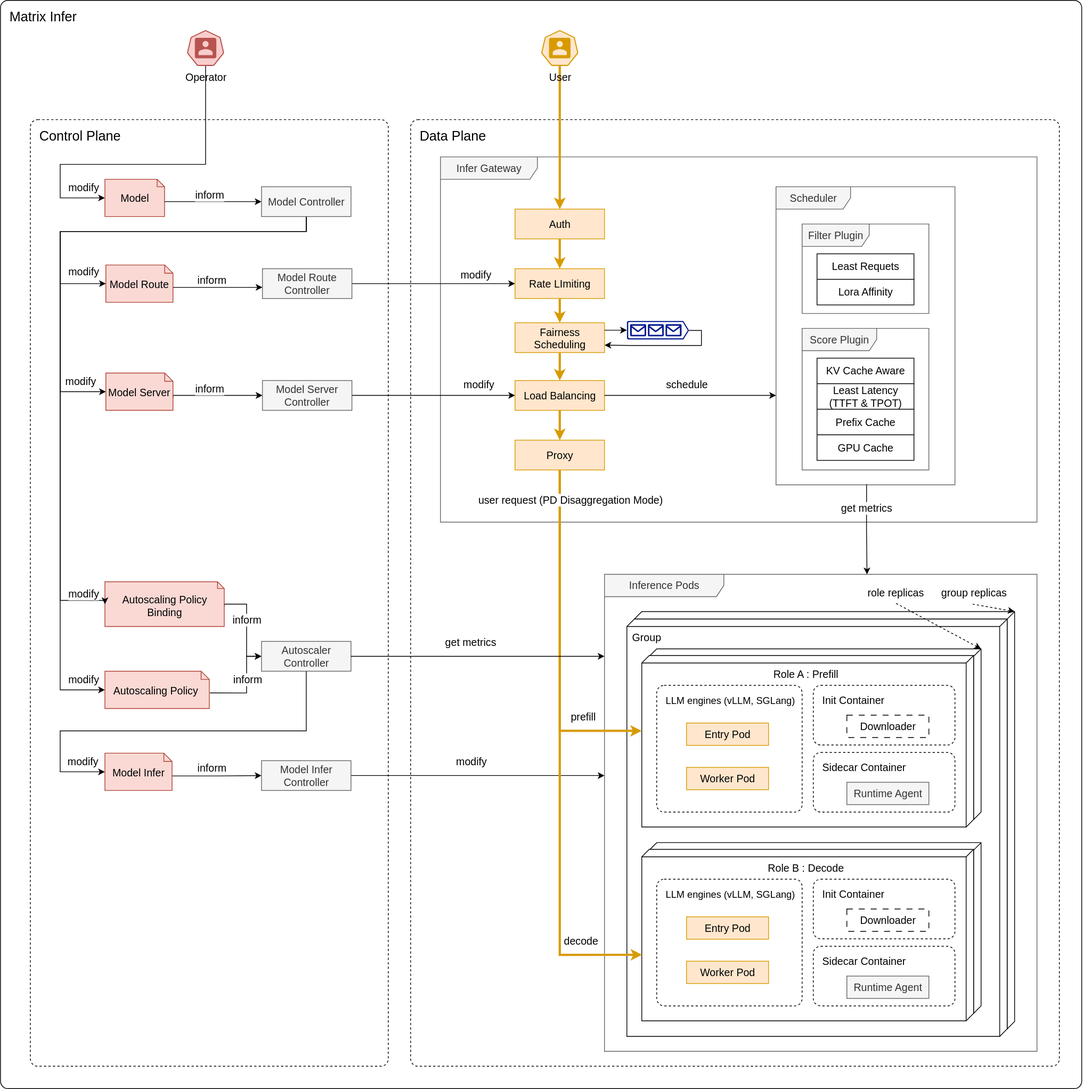
Earlier version of the draw.io export docs/matrixinfer/static/img/diagrams/architecture/architecture_overview.svg (matrixinfer-ai/kthena). Source tidied: cells renumbered, new cells last; positions are measured from the earlier drawing's top-left corner, leaving out a move shared by most shapes.
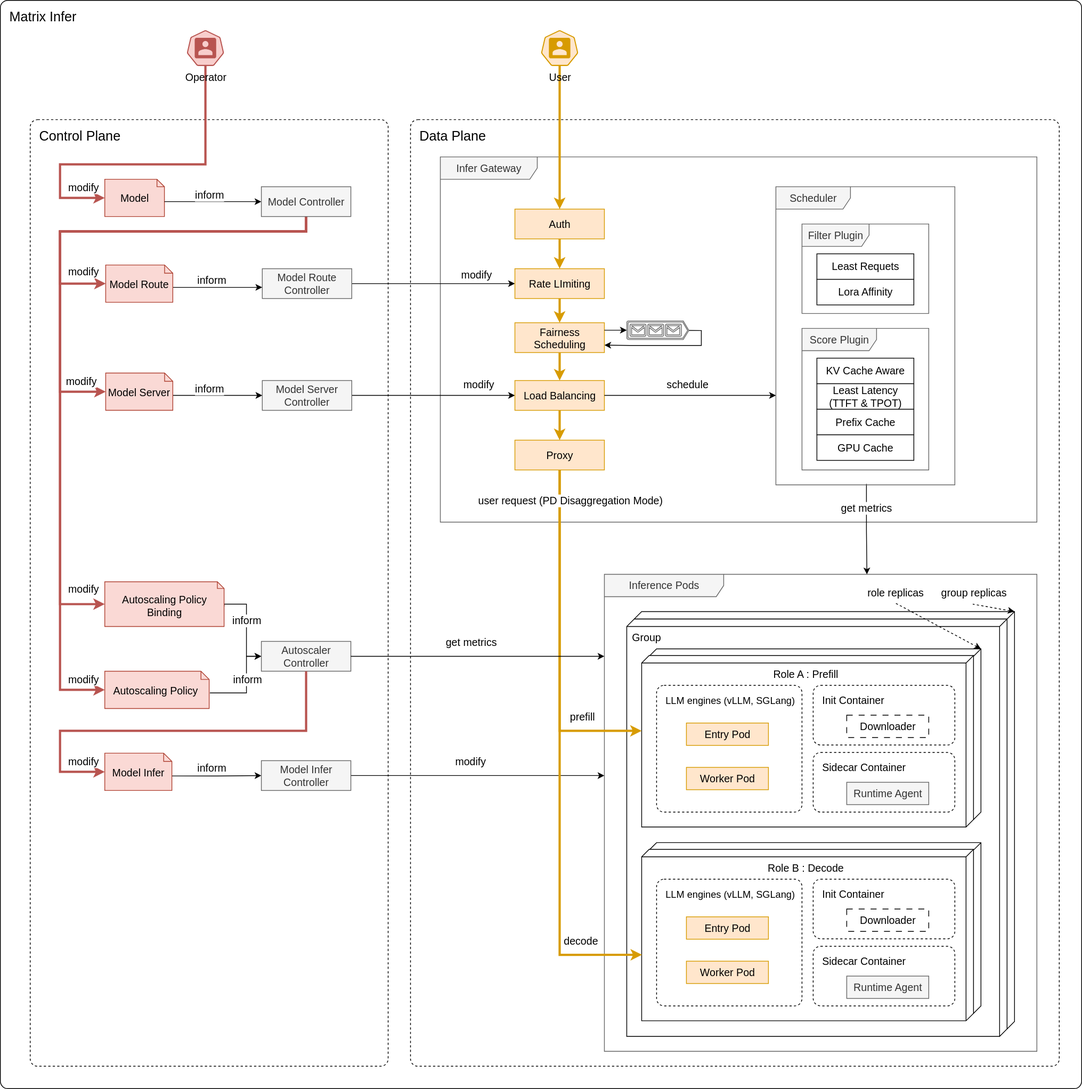
Later version of the same file.

Commit message:
dark mode color

The edit, as a diff of the source:
```diff
@@ -41,10 +41,10 @@
     <mxCell id="14" value="&lt;font style=&quot;font-size: 13px;&quot;&gt;LLM engines (vLLM, SGLang)&lt;/font&gt;" style="dashed=1;rounded=1;absoluteArcSize=1;arcSize=20;html=1;verticalAlign=top;align=left;spacingTop=5;spacingLeft=10;whiteSpace=wrap;fontSize=14;" parent="6" vertex="1">
       <mxGeometry x="70" y="149" width="195" height="170" as="geometry" />
     </mxCell>
-    <mxCell id="15" value="Entry Pod" style="html=1;align=center;verticalAlign=middle;dashed=0;whiteSpace=wrap;fillColor=#ffe6cc;strokeColor=#d79b00;fontSize=14;" parent="6" vertex="1">
+    <mxCell id="15" value="Entry Pod" style="html=1;align=center;verticalAlign=middle;dashed=0;whiteSpace=wrap;fillColor=#ffe6cc;strokeColor=#d79b00;fontSize=14;fontColor=#000000;" parent="6" vertex="1">
       <mxGeometry x="110" y="199.5" width="110" height="30" as="geometry" />
     </mxCell>
-    <mxCell id="16" value="Worker Pod" style="html=1;align=center;verticalAlign=middle;dashed=0;whiteSpace=wrap;fillColor=#ffe6cc;strokeColor=#d79b00;fontSize=14;" parent="6" vertex="1">
+    <mxCell id="16" value="Worker Pod" style="html=1;align=center;verticalAlign=middle;dashed=0;whiteSpace=wrap;fillColor=#ffe6cc;strokeColor=#d79b00;fontSize=14;fontColor=#000000;" parent="6" vertex="1">
       <mxGeometry x="110" y="259" width="110" height="30" as="geometry" />
     </mxCell>
     <mxCell id="17" value="Runtime Agent" style="html=1;align=center;verticalAlign=middle;dashed=0;whiteSpace=wrap;fillColor=#f5f5f5;fontColor=#333333;strokeColor=#666666;fontSize=14;" parent="6" vertex="1">
@@ -68,10 +68,10 @@
     <mxCell id="23" value="&lt;font style=&quot;font-size: 13px;&quot;&gt;LLM engines (vLLM, SGLang)&lt;/font&gt;" style="dashed=1;rounded=1;absoluteArcSize=1;arcSize=20;html=1;verticalAlign=top;align=left;spacingTop=5;spacingLeft=10;whiteSpace=wrap;fontSize=14;" parent="6" vertex="1">
       <mxGeometry x="70" y="409" width="195" height="170" as="geometry" />
     </mxCell>
-    <mxCell id="24" value="Entry Pod" style="html=1;align=center;verticalAlign=middle;dashed=0;whiteSpace=wrap;fillColor=#ffe6cc;strokeColor=#d79b00;fontSize=14;" parent="6" vertex="1">
+    <mxCell id="24" value="Entry Pod" style="html=1;align=center;verticalAlign=middle;dashed=0;whiteSpace=wrap;fillColor=#ffe6cc;strokeColor=#d79b00;fontSize=14;fontColor=#000000;" parent="6" vertex="1">
       <mxGeometry x="110" y="459.5" width="110" height="30" as="geometry" />
     </mxCell>
-    <mxCell id="25" value="Worker Pod" style="html=1;align=center;verticalAlign=middle;dashed=0;whiteSpace=wrap;fillColor=#ffe6cc;strokeColor=#d79b00;fontSize=14;" parent="6" vertex="1">
+    <mxCell id="25" value="Worker Pod" style="html=1;align=center;verticalAlign=middle;dashed=0;whiteSpace=wrap;fillColor=#ffe6cc;strokeColor=#d79b00;fontSize=14;fontColor=#000000;" parent="6" vertex="1">
       <mxGeometry x="110" y="519" width="110" height="30" as="geometry" />
     </mxCell>
     <mxCell id="26" value="Runtime Agent" style="html=1;align=center;verticalAlign=middle;dashed=0;whiteSpace=wrap;fillColor=#f5f5f5;fontColor=#333333;strokeColor=#666666;fontSize=14;" parent="6" vertex="1">
@@ -118,7 +118,7 @@
     <mxCell id="37" value="inform" style="edgeLabel;html=1;align=center;verticalAlign=middle;fontSize=14;" parent="36" vertex="1">
       <mxGeometry x="-0.12" y="-1" relative="1" as="geometry" />
     </mxCell>
-    <mxCell id="38" value="Autoscaling Policy Binding" style="shape=note2;boundedLbl=1;whiteSpace=wrap;html=1;size=9;verticalAlign=top;align=center;fillColor=#fad9d5;strokeColor=#ae4132;fontSize=14;" parent="1" vertex="1">
+    <mxCell id="38" value="Autoscaling Policy Binding" style="shape=note2;boundedLbl=1;whiteSpace=wrap;html=1;size=9;verticalAlign=top;align=center;fillColor=#fad9d5;strokeColor=#ae4132;fontSize=14;fontColor=#000000;" parent="1" vertex="1">
       <mxGeometry x="140" y="780" width="160" height="60" as="geometry" />
     </mxCell>
     <mxCell id="39" style="edgeStyle=orthogonalEdgeStyle;rounded=0;jettySize=auto;html=1;exitX=1.007;exitY=0.583;exitDx=0;exitDy=0;exitPerimeter=0;entryX=0;entryY=0.5;entryDx=0;entryDy=0;fontSize=14;" parent="1" edge="1" source="41" target="81">
@@ -134,7 +134,7 @@
         <mxPoint x="-9" y="31" as="offset" />
       </mxGeometry>
     </mxCell>
-    <mxCell id="41" value="Autoscaling Policy&amp;nbsp;" style="shape=note2;boundedLbl=1;whiteSpace=wrap;html=1;size=11;verticalAlign=top;align=center;fillColor=#fad9d5;strokeColor=#ae4132;fontSize=14;" parent="1" vertex="1">
+    <mxCell id="41" value="Autoscaling Policy&amp;nbsp;" style="shape=note2;boundedLbl=1;whiteSpace=wrap;html=1;size=11;verticalAlign=top;align=center;fillColor=#fad9d5;strokeColor=#ae4132;fontSize=14;fontColor=#000000;" parent="1" vertex="1">
       <mxGeometry x="140" y="900" width="140" height="50" as="geometry" />
     </mxCell>
     <mxCell id="42" style="edgeStyle=orthogonalEdgeStyle;rounded=0;jettySize=auto;html=1;fontSize=14;" parent="1" edge="1" source="44">
@@ -150,7 +150,7 @@
         <mxPoint x="-49" y="-10" as="offset" />
       </mxGeometry>
     </mxCell>
-    <mxCell id="44" value="Model Route" style="shape=note2;boundedLbl=1;whiteSpace=wrap;html=1;size=11;verticalAlign=top;align=center;fillColor=#fad9d5;strokeColor=#ae4132;fontSize=14;" parent="1" vertex="1">
+    <mxCell id="44" value="&lt;font style=&quot;color: rgb(0, 0, 0);&quot;&gt;Model Route&lt;/font&gt;" style="shape=note2;boundedLbl=1;whiteSpace=wrap;html=1;size=11;verticalAlign=top;align=center;fillColor=#fad9d5;strokeColor=#ae4132;fontSize=14;" parent="1" vertex="1">
       <mxGeometry x="141.2" y="355" width="90" height="50" as="geometry" />
     </mxCell>
     <mxCell id="45" style="edgeStyle=orthogonalEdgeStyle;rounded=0;jettySize=auto;html=1;exitX=0;exitY=0;exitDx=90;exitDy=33.5;exitPerimeter=0;entryX=0;entryY=0.5;entryDx=0;entryDy=0;fontSize=14;" parent="1" edge="1" source="47" target="80">
@@ -165,7 +165,7 @@
         <mxPoint x="-11" y="-7" as="offset" />
       </mxGeometry>
     </mxCell>
-    <mxCell id="47" value="Model Server" style="shape=note2;boundedLbl=1;whiteSpace=wrap;html=1;size=11;verticalAlign=top;align=center;fillColor=#fad9d5;strokeColor=#ae4132;fontSize=14;" parent="1" vertex="1">
+    <mxCell id="47" value="Model Server" style="shape=note2;boundedLbl=1;whiteSpace=wrap;html=1;size=11;verticalAlign=top;align=center;fillColor=#fad9d5;strokeColor=#ae4132;fontSize=14;fontColor=#000000;" parent="1" vertex="1">
       <mxGeometry x="141.2" y="500" width="90" height="50" as="geometry" />
     </mxCell>
     <mxCell id="48" style="edgeStyle=orthogonalEdgeStyle;rounded=0;jettySize=auto;html=1;exitX=1;exitY=0.5;exitDx=0;exitDy=0;fontSize=14;" parent="1" edge="1" source="79">
@@ -178,7 +178,7 @@
         <mxPoint x="54" y="-23" as="offset" />
       </mxGeometry>
     </mxCell>
-    <mxCell id="50" style="edgeStyle=orthogonalEdgeStyle;rounded=0;jettySize=auto;html=1;exitX=0.5;exitY=1;exitDx=0;exitDy=0;entryX=0;entryY=1;entryDx=0;entryDy=0;fontSize=14;" parent="1" edge="1" source="75">
+    <mxCell id="50" style="edgeStyle=orthogonalEdgeStyle;rounded=0;jettySize=auto;html=1;exitX=0.5;exitY=1;exitDx=0;exitDy=0;entryX=0;entryY=1;entryDx=0;entryDy=0;fontSize=14;fillColor=#f8cecc;strokeColor=#b85450;strokeWidth=3;" parent="1" edge="1" source="75">
       <mxGeometry relative="1" as="geometry">
         <mxPoint x="140" y="925" as="targetPoint" />
         <Array as="points">
@@ -193,22 +193,21 @@
         <mxPoint x="31" y="20" as="offset" />
       </mxGeometry>
     </mxCell>
-    <mxCell id="52" style="edgeStyle=orthogonalEdgeStyle;rounded=0;jettySize=auto;html=1;exitX=0.5;exitY=1;exitDx=0;exitDy=0;entryX=0;entryY=0.5;entryDx=0;entryDy=0;entryPerimeter=0;fontSize=14;" parent="1" edge="1" source="75" target="38">
+    <mxCell id="52" style="edgeStyle=orthogonalEdgeStyle;rounded=0;jettySize=auto;html=1;exitX=0.5;exitY=1;exitDx=0;exitDy=0;entryX=0;entryY=0.5;entryDx=0;entryDy=0;entryPerimeter=0;fontSize=14;fillColor=#f8cecc;strokeColor=#b85450;strokeWidth=3;" parent="1" edge="1" source="75" target="38">
       <mxGeometry relative="1" as="geometry">
         <Array as="points">
           <mxPoint x="410" y="310" />
           <mxPoint x="80" y="310" />
-          <mxPoint x="80" y="805" />
-          <mxPoint x="140" y="805" />
+          <mxPoint x="80" y="810" />
         </Array>
       </mxGeometry>
     </mxCell>
     <mxCell id="53" value="modify" style="edgeLabel;html=1;align=center;verticalAlign=middle;fontSize=14;" parent="52" vertex="1">
       <mxGeometry x="0.64" y="1" relative="1" as="geometry">
-        <mxPoint x="29" y="90" as="offset" />
+        <mxPoint x="29" y="85" as="offset" />
       </mxGeometry>
     </mxCell>
-    <mxCell id="54" style="edgeStyle=orthogonalEdgeStyle;rounded=0;jettySize=auto;html=1;exitX=0.5;exitY=1;exitDx=0;exitDy=0;entryX=0;entryY=0.5;entryDx=0;entryDy=0;entryPerimeter=0;fontSize=14;" parent="1" edge="1" source="75" target="44">
+    <mxCell id="54" style="edgeStyle=orthogonalEdgeStyle;rounded=0;jettySize=auto;html=1;exitX=0.5;exitY=1;exitDx=0;exitDy=0;entryX=0;entryY=0.5;entryDx=0;entryDy=0;entryPerimeter=0;fontSize=14;fillColor=#f8cecc;strokeColor=#b85450;strokeWidth=3;" parent="1" edge="1" source="75" target="44">
       <mxGeometry relative="1" as="geometry">
         <Array as="points">
           <mxPoint x="410" y="310" />
@@ -222,7 +221,7 @@
         <mxPoint x="27" y="-5" as="offset" />
       </mxGeometry>
     </mxCell>
-    <mxCell id="56" style="edgeStyle=orthogonalEdgeStyle;rounded=0;jettySize=auto;html=1;exitX=0.5;exitY=1;exitDx=0;exitDy=0;entryX=0;entryY=0.5;entryDx=0;entryDy=0;entryPerimeter=0;fontSize=14;" parent="1" edge="1" source="75" target="47">
+    <mxCell id="56" style="edgeStyle=orthogonalEdgeStyle;rounded=0;jettySize=auto;html=1;exitX=0.5;exitY=1;exitDx=0;exitDy=0;entryX=0;entryY=0.5;entryDx=0;entryDy=0;entryPerimeter=0;fontSize=14;fillColor=#f8cecc;strokeColor=#b85450;strokeWidth=3;" parent="1" edge="1" source="75" target="47">
       <mxGeometry relative="1" as="geometry">
         <Array as="points">
           <mxPoint x="410" y="310" />
@@ -239,13 +238,13 @@
     <mxCell id="58" style="edgeStyle=orthogonalEdgeStyle;rounded=0;jettySize=auto;html=1;exitX=0.5;exitY=1;exitDx=0;exitDy=0;entryX=0.5;entryY=0;entryDx=0;entryDy=0;fillColor=#ffe6cc;strokeColor=#d79b00;strokeWidth=3;fontSize=14;" parent="1" edge="1" source="59" target="85">
       <mxGeometry relative="1" as="geometry" />
     </mxCell>
-    <mxCell id="59" value="Auth" style="fontStyle=0;html=1;whiteSpace=wrap;fillColor=#ffe6cc;strokeColor=#d79b00;fontSize=14;" parent="1" vertex="1">
+    <mxCell id="59" value="Auth" style="fontStyle=0;html=1;whiteSpace=wrap;fillColor=#ffe6cc;strokeColor=#d79b00;fontSize=14;fontColor=#000000;" parent="1" vertex="1">
       <mxGeometry x="690" y="280" width="120" height="40" as="geometry" />
     </mxCell>
-    <mxCell id="60" value="Proxy" style="fontStyle=0;html=1;whiteSpace=wrap;fillColor=#ffe6cc;strokeColor=#d79b00;fontSize=14;" parent="1" vertex="1">
+    <mxCell id="60" value="Proxy" style="fontStyle=0;html=1;whiteSpace=wrap;fillColor=#ffe6cc;strokeColor=#d79b00;fontSize=14;fontColor=#000000;" parent="1" vertex="1">
       <mxGeometry x="690" y="590" width="120" height="40" as="geometry" />
     </mxCell>
-    <mxCell id="61" style="edgeStyle=orthogonalEdgeStyle;rounded=0;jettySize=auto;html=1;exitX=0.5;exitY=1;exitDx=0;exitDy=0;exitPerimeter=0;entryX=0;entryY=0.5;entryDx=0;entryDy=0;entryPerimeter=0;fontSize=14;" parent="1" edge="1" source="62" target="72">
+    <mxCell id="61" style="edgeStyle=orthogonalEdgeStyle;rounded=0;jettySize=auto;html=1;exitX=0.5;exitY=1;exitDx=0;exitDy=0;exitPerimeter=0;entryX=0;entryY=0.5;entryDx=0;entryDy=0;entryPerimeter=0;fontSize=14;fillColor=#f8cecc;strokeColor=#b85450;strokeWidth=3;" parent="1" edge="1" source="62" target="72">
       <mxGeometry relative="1" as="geometry">
         <Array as="points">
           <mxPoint x="275" y="220" />
@@ -302,7 +301,7 @@
         <mxPoint x="2" y="14" as="offset" />
       </mxGeometry>
     </mxCell>
-    <mxCell id="72" value="Model" style="shape=note2;boundedLbl=1;whiteSpace=wrap;html=1;size=10;verticalAlign=top;align=center;fillColor=#fad9d5;strokeColor=#ae4132;fontSize=14;" parent="1" vertex="1">
+    <mxCell id="72" value="&lt;font style=&quot;color: rgb(0, 0, 0);&quot;&gt;Model&lt;/font&gt;" style="shape=note2;boundedLbl=1;whiteSpace=wrap;html=1;size=10;verticalAlign=top;align=center;fillColor=#fad9d5;strokeColor=#ae4132;fontSize=14;" parent="1" vertex="1">
       <mxGeometry x="140" y="240" width="80" height="50" as="geometry" />
     </mxCell>
     <mxCell id="73" style="edgeStyle=orthogonalEdgeStyle;rounded=0;jettySize=auto;html=1;entryX=0;entryY=0.5;entryDx=0;entryDy=0;fontSize=14;" parent="1" edge="1" source="72" target="75">
@@ -329,7 +328,7 @@
         <mxPoint x="-7" y="-13" as="offset" />
       </mxGeometry>
     </mxCell>
-    <mxCell id="78" value="Model Infer" style="shape=note2;boundedLbl=1;whiteSpace=wrap;html=1;size=11;verticalAlign=top;align=center;fillColor=#fad9d5;strokeColor=#ae4132;fontSize=14;" parent="1" vertex="1">
+    <mxCell id="78" value="Model Infer" style="shape=note2;boundedLbl=1;whiteSpace=wrap;html=1;size=11;verticalAlign=top;align=center;fillColor=#fad9d5;strokeColor=#ae4132;fontSize=14;fontColor=#000000;" parent="1" vertex="1">
       <mxGeometry x="140" y="1010" width="90" height="50" as="geometry" />
     </mxCell>
     <mxCell id="79" value="Model Infer Controller" style="fontStyle=0;html=1;whiteSpace=wrap;fontSize=14;fillColor=#f5f5f5;strokeColor=#666666;fontColor=#333333;" parent="1" vertex="1">
@@ -341,7 +340,7 @@
     <mxCell id="81" value="Autoscaler Controller" style="fontStyle=0;html=1;whiteSpace=wrap;fontSize=14;fillColor=#f5f5f5;strokeColor=#666666;fontColor=#333333;" parent="1" vertex="1">
       <mxGeometry x="350" y="860" width="120" height="40" as="geometry" />
     </mxCell>
-    <mxCell id="82" style="edgeStyle=orthogonalEdgeStyle;rounded=0;jettySize=auto;html=1;exitX=0.5;exitY=1;exitDx=0;exitDy=0;entryX=0;entryY=0.5;entryDx=0;entryDy=0;entryPerimeter=0;fontSize=14;" parent="1" edge="1" source="81" target="78">
+    <mxCell id="82" style="edgeStyle=orthogonalEdgeStyle;rounded=0;jettySize=auto;html=1;exitX=0.5;exitY=1;exitDx=0;exitDy=0;entryX=0;entryY=0.5;entryDx=0;entryDy=0;entryPerimeter=0;fontSize=14;fillColor=#f8cecc;strokeColor=#b85450;strokeWidth=3;" parent="1" edge="1" source="81" target="78">
       <mxGeometry relative="1" as="geometry">
         <Array as="points">
           <mxPoint x="410" y="980" />
@@ -358,10 +357,10 @@
     <mxCell id="84" style="edgeStyle=orthogonalEdgeStyle;rounded=0;jettySize=auto;html=1;exitX=0.5;exitY=1;exitDx=0;exitDy=0;entryX=0.5;entryY=0;entryDx=0;entryDy=0;fillColor=#ffe6cc;strokeColor=#d79b00;strokeWidth=3;fontSize=14;" parent="1" edge="1" source="85" target="94">
       <mxGeometry relative="1" as="geometry" />
     </mxCell>
-    <mxCell id="85" value="Rate LImiting" style="fontStyle=0;html=1;whiteSpace=wrap;fillColor=#ffe6cc;strokeColor=#d79b00;fontSize=14;" parent="1" vertex="1">
+    <mxCell id="85" value="Rate LImiting" style="fontStyle=0;html=1;whiteSpace=wrap;fillColor=#ffe6cc;strokeColor=#d79b00;fontSize=14;fontColor=#000000;" parent="1" vertex="1">
       <mxGeometry x="690" y="360" width="120" height="40" as="geometry" />
     </mxCell>
-    <mxCell id="86" value="Load Balancing" style="fontStyle=0;html=1;whiteSpace=wrap;fillColor=#ffe6cc;strokeColor=#d79b00;fontSize=14;" parent="1" vertex="1">
+    <mxCell id="86" value="Load Balancing" style="fontStyle=0;html=1;whiteSpace=wrap;fillColor=#ffe6cc;strokeColor=#d79b00;fontSize=14;fontColor=#000000;" parent="1" vertex="1">
       <mxGeometry x="690" y="510" width="120" height="40" as="geometry" />
     </mxCell>
     <mxCell id="87" style="edgeStyle=orthogonalEdgeStyle;rounded=0;jettySize=auto;html=1;exitX=0.5;exitY=1;exitDx=0;exitDy=0;entryX=0.5;entryY=0;entryDx=0;entryDy=0;fillColor=#ffe6cc;strokeColor=#d79b00;strokeWidth=3;fontSize=14;" parent="1" edge="1" source="94" target="86">
@@ -392,10 +391,10 @@
         </Array>
       </mxGeometry>
     </mxCell>
-    <mxCell id="93" style="sketch=0;shadow=0;dashed=0;html=1;strokeColor=none;labelPosition=center;verticalLabelPosition=bottom;verticalAlign=top;align=center;fillColor=#00188D;shape=mxgraph.azure.queue_generic;fontSize=14;" parent="91" vertex="1">
+    <mxCell id="93" style="sketch=0;shadow=0;dashed=0;html=1;strokeColor=#666666;labelPosition=center;verticalLabelPosition=bottom;verticalAlign=top;align=center;fillColor=#f5f5f5;shape=mxgraph.azure.queue_generic;fontSize=14;fontColor=#333333;" parent="91" vertex="1">
       <mxGeometry x="150" width="83.3" height="25" as="geometry" />
     </mxCell>
-    <mxCell id="94" value="Fairness Scheduling" style="fontStyle=0;html=1;whiteSpace=wrap;fillColor=#ffe6cc;strokeColor=#d79b00;fontSize=14;" parent="91" vertex="1">
+    <mxCell id="94" value="Fairness Scheduling" style="fontStyle=0;html=1;whiteSpace=wrap;fillColor=#ffe6cc;strokeColor=#d79b00;fontSize=14;fontColor=#000000;" parent="91" vertex="1">
       <mxGeometry y="2.5" width="120" height="40" as="geometry" />
     </mxCell>
     <mxCell id="95" style="edgeStyle=orthogonalEdgeStyle;rounded=0;jettySize=auto;html=1;exitX=1;exitY=0.25;exitDx=0;exitDy=0;entryX=0;entryY=0.5;entryDx=0;entryDy=0;entryPerimeter=0;startArrow=none;startFill=0;fontSize=14;" parent="91" edge="1" source="94" target="93">
```
